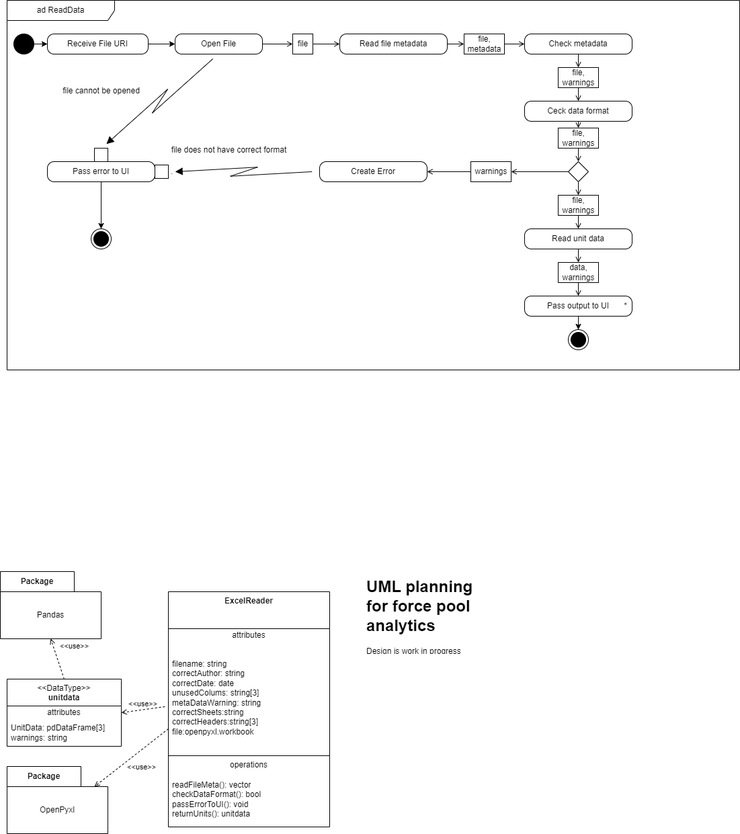
Above: design_documentation/forcepoolanalysis.drawio.png in teakfi/wif_helper (draw.io), before the change. Source tidied: cells renumbered, new cells last; positions are measured from the earlier drawing's top-left corner, leaving out a move shared by most shapes.
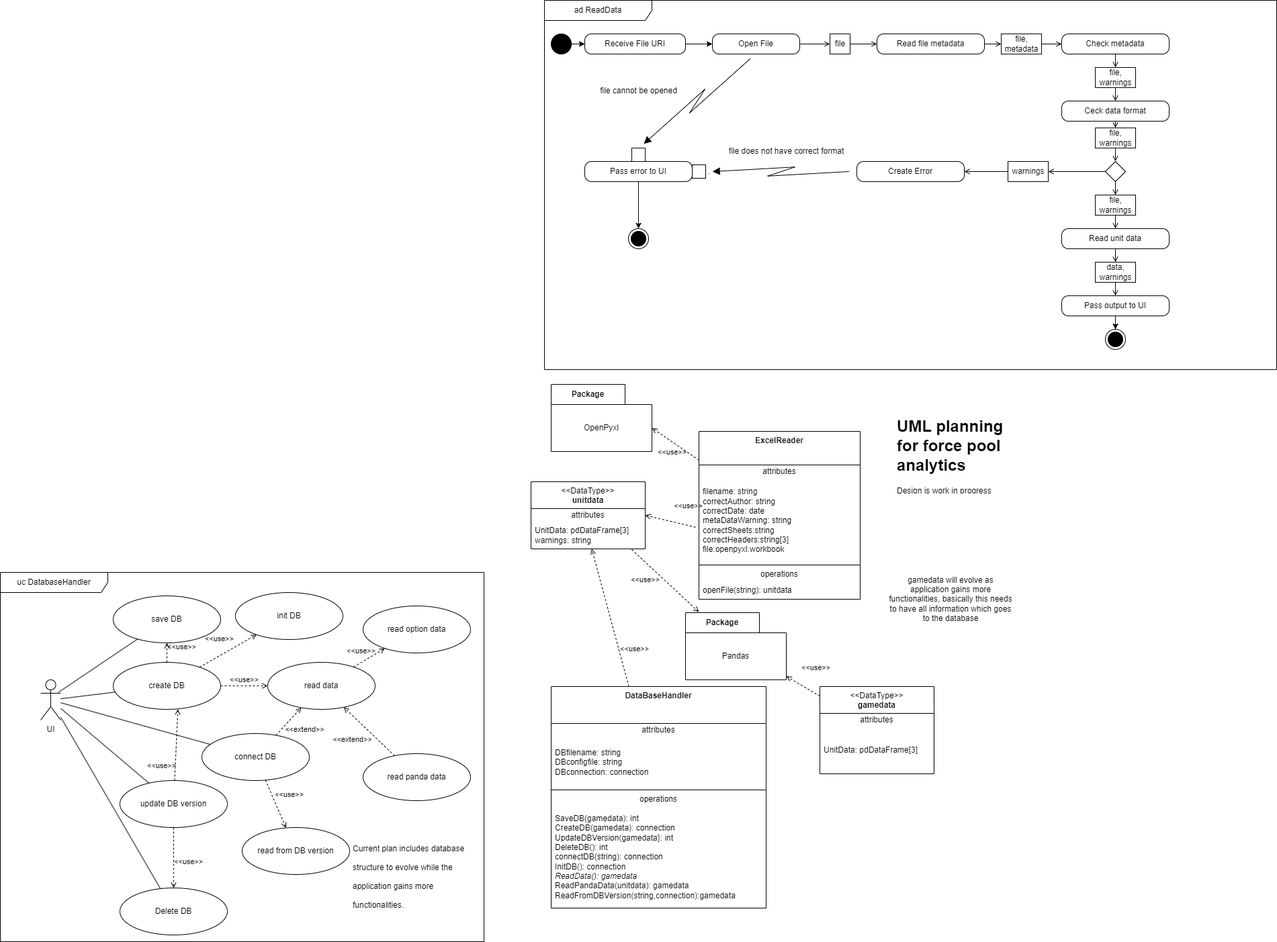
After the commit.

Commit message:
database related designing

The edit, as a diff of the source:
```diff
@@ -2,34 +2,34 @@
   <root>
     <mxCell id="0" />
     <mxCell id="1" parent="0" />
-    <mxCell id="2" value="&lt;b&gt;ExcelReader&lt;/b&gt;&lt;br&gt;" style="swimlane;fontStyle=0;align=center;verticalAlign=top;horizontal=1;startSize=55;html=1;whiteSpace=wrap;" parent="1" vertex="1">
-      <mxGeometry x="250" y="880" width="240" height="350" as="geometry" />
+    <mxCell id="2" value="&lt;b&gt;ExcelReader&lt;/b&gt;&lt;br&gt;" style="swimlane;fontStyle=0;align=center;verticalAlign=top;horizontal=1;startSize=50;html=1;whiteSpace=wrap;" parent="1" vertex="1">
+      <mxGeometry x="250" y="880" width="240" height="250" as="geometry" />
     </mxCell>
     <mxCell id="3" value="attributes" style="text;html=1;strokeColor=none;fillColor=none;align=center;verticalAlign=middle;spacingLeft=4;spacingRight=4;overflow=hidden;whiteSpace=wrap;" parent="2" vertex="1">
-      <mxGeometry y="55" width="240" height="20" as="geometry" />
+      <mxGeometry y="50" width="240" height="20" as="geometry" />
     </mxCell>
-    <mxCell id="4" value="filename: string&lt;br&gt;correctAuthor: string&lt;br&gt;correctDate: date&lt;br&gt;unusedColums: string[3]&lt;br&gt;metaDataWarning: string&lt;br&gt;correctSheets:string&lt;br&gt;correctHeaders:string[3]&lt;br&gt;file:openpyxl.workbook" style="text;html=1;strokeColor=none;fillColor=none;align=left;verticalAlign=middle;spacingLeft=4;spacingRight=4;overflow=hidden;points=[[0,0.5],[1,0.5]];portConstraint=eastwest;whiteSpace=wrap;" parent="2" vertex="1">
-      <mxGeometry y="75" width="240" height="165" as="geometry" />
+    <mxCell id="4" value="filename: string&lt;br&gt;correctAuthor: string&lt;br&gt;correctDate: date&lt;br&gt;metaDataWarning: string&lt;br&gt;correctSheets:string&lt;br&gt;correctHeaders:string[3]&lt;br&gt;file:openpyxl.workbook" style="text;html=1;strokeColor=none;fillColor=none;align=left;verticalAlign=middle;spacingLeft=4;spacingRight=4;overflow=hidden;points=[[0,0.5],[1,0.5]];portConstraint=eastwest;whiteSpace=wrap;" parent="2" vertex="1">
+      <mxGeometry y="70" width="240" height="125" as="geometry" />
     </mxCell>
     <mxCell id="5" style="line;strokeWidth=1;fillColor=none;align=left;verticalAlign=middle;spacingTop=-1;spacingLeft=3;spacingRight=3;labelPosition=right;" parent="2" vertex="1">
-      <mxGeometry y="240" width="240" height="8" as="geometry" />
+      <mxGeometry y="195" width="240" height="8" as="geometry" />
     </mxCell>
     <mxCell id="6" value="operations" style="text;html=1;strokeColor=none;fillColor=none;align=center;verticalAlign=middle;spacingLeft=4;spacingRight=4;overflow=hidden;whiteSpace=wrap;" parent="2" vertex="1">
-      <mxGeometry y="248" width="240" height="20" as="geometry" />
+      <mxGeometry y="203" width="240" height="20" as="geometry" />
     </mxCell>
-    <mxCell id="7" value="readFileMeta(): vector&lt;br&gt;checkDataFormat(): bool&lt;br&gt;passErrorToUI(): void&lt;br&gt;returnUnits(): unitdata" style="text;html=1;strokeColor=none;fillColor=none;align=left;verticalAlign=middle;spacingLeft=4;spacingRight=4;overflow=hidden;whiteSpace=wrap;" parent="2" vertex="1">
-      <mxGeometry y="268" width="240" height="82" as="geometry" />
+    <mxCell id="7" value="openFile(string): unitdata" style="text;html=1;strokeColor=none;fillColor=none;align=left;verticalAlign=middle;spacingLeft=4;spacingRight=4;overflow=hidden;whiteSpace=wrap;" parent="2" vertex="1">
+      <mxGeometry y="223" width="240" height="27" as="geometry" />
     </mxCell>
     <mxCell id="8" value="Package" style="shape=folder;fontStyle=1;tabWidth=110;tabHeight=30;tabPosition=left;html=1;boundedLbl=1;labelInHeader=1;whiteSpace=wrap;" parent="1" vertex="1">
-      <mxGeometry y="850" width="150" height="100" as="geometry" />
+      <mxGeometry x="230" y="1150" width="150" height="100" as="geometry" />
     </mxCell>
     <mxCell id="9" value="Pandas" style="html=1;strokeColor=none;fillColor=none;whiteSpace=wrap;" parent="8" vertex="1">
       <mxGeometry width="150" height="70" relative="1" as="geometry">
         <mxPoint y="30" as="offset" />
       </mxGeometry>
     </mxCell>
-    <mxCell id="10" value="&amp;lt;&amp;lt;use&amp;gt;&amp;gt;" style="endArrow=open;html=1;rounded=0;align=center;verticalAlign=bottom;dashed=1;endFill=0;labelBackgroundColor=none;entryX=0.5;entryY=1;entryDx=0;entryDy=0;entryPerimeter=0;exitX=0.5;exitY=0;exitDx=0;exitDy=0;" parent="1" edge="1" source="13" target="8">
-      <mxGeometry x="0.05" y="-27" relative="1" as="geometry" />
+    <mxCell id="10" value="&amp;lt;&amp;lt;use&amp;gt;&amp;gt;" style="endArrow=open;html=1;rounded=0;align=center;verticalAlign=bottom;dashed=1;endFill=0;labelBackgroundColor=none;entryX=0.133;entryY=-0.01;entryDx=0;entryDy=0;entryPerimeter=0;exitX=0.882;exitY=1.025;exitDx=0;exitDy=0;exitPerimeter=0;" parent="1" edge="1" source="15" target="8">
+      <mxGeometry x="-0.25" y="-26" relative="1" as="geometry" />
     </mxCell>
     <mxCell id="11" style="html=1;align=center;verticalAlign=top;labelBackgroundColor=none;" parent="10" vertex="1">
       <mxGeometry relative="1" as="geometry" />
@@ -38,7 +38,7 @@
       <mxGeometry x="540" y="853" width="190" height="120" as="geometry" />
     </mxCell>
     <mxCell id="13" value="&amp;lt;&amp;lt;DataType&amp;gt;&amp;gt;&lt;br&gt;&lt;b&gt;unitdata&lt;/b&gt;" style="swimlane;fontStyle=0;align=center;verticalAlign=top;horizontal=1;startSize=40;html=1;whiteSpace=wrap;" parent="1" vertex="1">
-      <mxGeometry x="10" y="1010" width="170" height="100" as="geometry" />
+      <mxGeometry y="955" width="170" height="100" as="geometry" />
     </mxCell>
     <mxCell id="14" value="attributes" style="text;html=1;strokeColor=none;fillColor=none;align=center;verticalAlign=middle;spacingLeft=4;spacingRight=4;overflow=hidden;points=[[0,0.5],[1,0.5]];portConstraint=eastwest;whiteSpace=wrap;" parent="13" vertex="1">
       <mxGeometry y="40" width="170" height="20" as="geometry" />
@@ -47,10 +47,10 @@
       <mxGeometry y="60" width="170" height="40" as="geometry" />
     </mxCell>
     <mxCell id="16" value="&amp;lt;&amp;lt;use&amp;gt;&amp;gt;" style="endArrow=open;html=1;rounded=0;align=center;verticalAlign=bottom;dashed=1;endFill=0;labelBackgroundColor=none;entryX=1;entryY=0.5;entryDx=0;entryDy=0;exitX=-0.021;exitY=0.582;exitDx=0;exitDy=0;exitPerimeter=0;" parent="1" edge="1" source="4" target="14">
-      <mxGeometry relative="1" as="geometry" />
+      <mxGeometry x="-0.59" y="-20" relative="1" as="geometry" />
     </mxCell>
     <mxCell id="17" value="ad ReadData" style="shape=umlFrame;whiteSpace=wrap;html=1;width=160;" parent="1" vertex="1">
-      <mxGeometry x="10" width="1090" height="550" as="geometry" />
+      <mxGeometry x="20" y="238" width="1090" height="550" as="geometry" />
     </mxCell>
     <mxCell id="18" style="edgeStyle=orthogonalEdgeStyle;rounded=0;jettySize=auto;html=1;" parent="17" edge="1" source="19" target="21">
       <mxGeometry relative="1" as="geometry" />
@@ -145,11 +145,6 @@
     <mxCell id="48" value="Pass output to UI" style="html=1;dashed=0;rounded=1;absoluteArcSize=1;arcSize=20;verticalAlign=middle;align=center;whiteSpace=wrap;" parent="17" vertex="1">
       <mxGeometry x="770" y="440" width="160" height="30" as="geometry" />
     </mxCell>
-    <mxCell id="49" value="*" style="text;verticalAlign=middle;align=center;html=1;" parent="48" vertex="1">
-      <mxGeometry x="1" y="0.5" width="20" height="20" relative="1" as="geometry">
-        <mxPoint x="-20" y="-10" as="offset" />
-      </mxGeometry>
-    </mxCell>
     <mxCell id="50" style="ellipse;html=1;shape=endState;fillColor=strokeColor;" parent="17" vertex="1">
       <mxGeometry x="835" y="490" width="30" height="30" as="geometry" />
     </mxCell>
@@ -189,19 +184,139 @@
     <mxCell id="62" style="endArrow=open;html=1;rounded=0;align=center;verticalAlign=top;endFill=0;labelBackgroundColor=none;endSize=6;" parent="17" edge="1" source="60" target="48">
       <mxGeometry relative="1" as="geometry" />
     </mxCell>
-    <mxCell id="63" value="file does not have correct format" style="text;html=1;align=center;verticalAlign=middle;strokeColor=none;fillColor=none;" parent="1" vertex="1">
-      <mxGeometry x="245" y="208" width="190" height="30" as="geometry" />
+    <mxCell id="63" value="file does not have correct format" style="text;html=1;align=center;verticalAlign=middle;strokeColor=none;fillColor=none;" parent="17" vertex="1">
+      <mxGeometry x="265" y="210" width="190" height="30" as="geometry" />
     </mxCell>
     <mxCell id="64" value="Package" style="shape=folder;fontStyle=1;tabWidth=110;tabHeight=30;tabPosition=left;html=1;boundedLbl=1;labelInHeader=1;whiteSpace=wrap;" parent="1" vertex="1">
-      <mxGeometry x="10" y="1140" width="150" height="100" as="geometry" />
+      <mxGeometry x="30" y="810" width="150" height="100" as="geometry" />
     </mxCell>
     <mxCell id="65" value="OpenPyxl" style="html=1;strokeColor=none;fillColor=none;whiteSpace=wrap;" parent="64" vertex="1">
       <mxGeometry width="150" height="70" relative="1" as="geometry">
         <mxPoint y="30" as="offset" />
       </mxGeometry>
     </mxCell>
-    <mxCell id="66" value="&amp;lt;&amp;lt;use&amp;gt;&amp;gt;" style="endArrow=open;html=1;rounded=0;align=center;verticalAlign=bottom;dashed=1;endFill=0;labelBackgroundColor=none;exitX=0;exitY=0.782;exitDx=0;exitDy=0;exitPerimeter=0;entryX=0;entryY=0;entryDx=130;entryDy=30;entryPerimeter=0;" parent="1" edge="1" source="4" target="64">
-      <mxGeometry x="0.03" y="27" relative="1" as="geometry" />
+    <mxCell id="66" value="&amp;lt;&amp;lt;use&amp;gt;&amp;gt;" style="endArrow=open;html=1;rounded=0;align=center;verticalAlign=bottom;dashed=1;endFill=0;labelBackgroundColor=none;entryX=0;entryY=0;entryDx=150;entryDy=65;entryPerimeter=0;" parent="1" edge="1" source="2" target="64">
+      <mxGeometry x="-0.18" y="20" relative="1" as="geometry" />
     </mxCell>
+    <mxCell id="67" value="uc DatabaseHandler" style="shape=umlFrame;whiteSpace=wrap;html=1;width=160;" parent="1" vertex="1">
+      <mxGeometry x="-790" y="1090" width="720" height="550" as="geometry" />
+    </mxCell>
+    <mxCell id="68" value="UI" style="shape=umlActor;verticalLabelPosition=bottom;verticalAlign=top;html=1;" parent="67" vertex="1">
+      <mxGeometry x="60" y="160" width="30" height="60" as="geometry" />
+    </mxCell>
+    <mxCell id="69" value="save DB" style="ellipse;html=1;whiteSpace=wrap;" parent="67" vertex="1">
+      <mxGeometry x="168" y="35" width="160" height="70" as="geometry" />
+    </mxCell>
+    <mxCell id="70" value="create DB" style="ellipse;html=1;whiteSpace=wrap;" parent="67" vertex="1">
+      <mxGeometry x="168" y="134" width="160" height="70" as="geometry" />
+    </mxCell>
+    <mxCell id="71" value="init DB" style="ellipse;html=1;whiteSpace=wrap;" parent="67" vertex="1">
+      <mxGeometry x="350" y="30" width="160" height="70" as="geometry" />
+    </mxCell>
+    <mxCell id="72" value="connect DB" style="ellipse;html=1;whiteSpace=wrap;" parent="67" vertex="1">
+      <mxGeometry x="300" y="240" width="160" height="70" as="geometry" />
+    </mxCell>
+    <mxCell id="73" value="update DB version" style="ellipse;html=1;whiteSpace=wrap;" parent="67" vertex="1">
+      <mxGeometry x="178" y="310" width="160" height="70" as="geometry" />
+    </mxCell>
+    <mxCell id="74" value="Delete DB" style="ellipse;html=1;whiteSpace=wrap;" parent="67" vertex="1">
+      <mxGeometry x="178" y="470" width="160" height="70" as="geometry" />
+    </mxCell>
+    <mxCell id="75" value="read data" style="ellipse;html=1;whiteSpace=wrap;" parent="67" vertex="1">
+      <mxGeometry x="398" y="134" width="160" height="70" as="geometry" />
+    </mxCell>
+    <mxCell id="76" value="read panda data" style="ellipse;html=1;whiteSpace=wrap;" parent="67" vertex="1">
+      <mxGeometry x="540" y="270" width="160" height="70" as="geometry" />
+    </mxCell>
+    <mxCell id="77" value="read from DB version" style="ellipse;html=1;whiteSpace=wrap;" parent="67" vertex="1">
+      <mxGeometry x="360" y="380" width="160" height="70" as="geometry" />
+    </mxCell>
+    <mxCell id="78" value="&amp;lt;&amp;lt;extend&amp;gt;&amp;gt;" style="html=1;verticalAlign=bottom;labelBackgroundColor=none;endArrow=open;endFill=0;dashed=1;rounded=0;" parent="67" edge="1" source="76" target="75">
+      <mxGeometry x="0.07" y="33" relative="1" as="geometry" />
+    </mxCell>
+    <mxCell id="79" value="&amp;lt;&amp;lt;extend&amp;gt;&amp;gt;" style="html=1;verticalAlign=bottom;labelBackgroundColor=none;endArrow=open;endFill=0;dashed=1;rounded=0;" parent="67" edge="1" source="72" target="75">
+      <mxGeometry x="0.03" y="-32" relative="1" as="geometry" />
+    </mxCell>
+    <mxCell id="80" value="&amp;lt;&amp;lt;use&amp;gt;&amp;gt;" style="html=1;verticalAlign=bottom;labelBackgroundColor=none;endArrow=open;endFill=0;dashed=1;rounded=0;" parent="67" edge="1" source="70" target="71">
+      <mxGeometry x="-0.13" y="14" relative="1" as="geometry" />
+    </mxCell>
+    <mxCell id="81" value="&amp;lt;&amp;lt;use&amp;gt;&amp;gt;" style="html=1;verticalAlign=bottom;labelBackgroundColor=none;endArrow=open;endFill=0;dashed=1;rounded=0;" parent="67" edge="1" source="70" target="69">
+      <mxGeometry x="-0.03" y="-22" relative="1" as="geometry" />
+    </mxCell>
+    <mxCell id="82" value="&amp;lt;&amp;lt;use&amp;gt;&amp;gt;" style="html=1;verticalAlign=bottom;labelBackgroundColor=none;endArrow=open;endFill=0;dashed=1;rounded=0;" parent="67" edge="1" source="70" target="75">
+      <mxGeometry relative="1" as="geometry" />
+    </mxCell>
+    <mxCell id="83" value="&amp;lt;&amp;lt;use&amp;gt;&amp;gt;" style="html=1;verticalAlign=bottom;labelBackgroundColor=none;endArrow=open;endFill=0;dashed=1;rounded=0;entryX=0.602;entryY=0.996;entryDx=0;entryDy=0;entryPerimeter=0;" parent="67" edge="1" source="73" target="70">
+      <mxGeometry x="-0.77" y="20" relative="1" as="geometry" />
+    </mxCell>
+    <mxCell id="84" value="&amp;lt;&amp;lt;use&amp;gt;&amp;gt;" style="html=1;verticalAlign=bottom;labelBackgroundColor=none;endArrow=open;endFill=0;dashed=1;rounded=0;" parent="67" edge="1" source="73" target="74">
+      <mxGeometry x="0.33" y="22" relative="1" as="geometry" />
+    </mxCell>
+    <mxCell id="85" value="&amp;lt;&amp;lt;use&amp;gt;&amp;gt;" style="html=1;verticalAlign=bottom;labelBackgroundColor=none;endArrow=open;endFill=0;dashed=1;rounded=0;" parent="67" edge="1" source="72" target="77">
+      <mxGeometry x="0.08" y="20" relative="1" as="geometry" />
+    </mxCell>
+    <mxCell id="86" style="endArrow=none;html=1;rounded=0;exitX=0.886;exitY=0.31;exitDx=0;exitDy=0;exitPerimeter=0;" parent="67" edge="1" source="68" target="69">
+      <mxGeometry relative="1" as="geometry" />
+    </mxCell>
+    <mxCell id="87" style="endArrow=none;html=1;rounded=0;" parent="67" edge="1" source="68" target="70">
+      <mxGeometry relative="1" as="geometry" />
+    </mxCell>
+    <mxCell id="88" style="endArrow=none;html=1;rounded=0;" parent="67" edge="1" source="68" target="72">
+      <mxGeometry relative="1" as="geometry" />
+    </mxCell>
+    <mxCell id="89" style="endArrow=none;html=1;rounded=0;" parent="67" edge="1" source="68" target="73">
+      <mxGeometry relative="1" as="geometry" />
+    </mxCell>
+    <mxCell id="90" style="endArrow=none;html=1;rounded=0;" parent="67" edge="1" source="68" target="74">
+      <mxGeometry relative="1" as="geometry" />
+    </mxCell>
+    <mxCell id="91" value="&lt;h1 style=&quot;line-height: 100%;&quot;&gt;&lt;span style=&quot;font-size: 12px; font-weight: 400;&quot;&gt;Current plan includes database structure to evolve while the application gains more functionalities.&lt;/span&gt;&lt;/h1&gt;" style="text;html=1;strokeColor=none;fillColor=none;spacing=5;spacingTop=-20;whiteSpace=wrap;overflow=hidden;rounded=0;" parent="67" vertex="1">
+      <mxGeometry x="520" y="390" width="190" height="120" as="geometry" />
+    </mxCell>
+    <mxCell id="92" value="read option data" style="ellipse;html=1;whiteSpace=wrap;" parent="67" vertex="1">
+      <mxGeometry x="540" y="50" width="160" height="70" as="geometry" />
+    </mxCell>
+    <mxCell id="93" value="&amp;lt;&amp;lt;use&amp;gt;&amp;gt;" style="html=1;verticalAlign=bottom;labelBackgroundColor=none;endArrow=open;endFill=0;dashed=1;rounded=0;" parent="67" edge="1" source="75" target="92">
+      <mxGeometry x="-0.36" y="7" relative="1" as="geometry" />
+    </mxCell>
+    <mxCell id="94" value="&lt;b&gt;DataBaseHandler&lt;/b&gt;" style="swimlane;fontStyle=0;align=center;verticalAlign=top;horizontal=1;startSize=55;html=1;whiteSpace=wrap;" parent="1" vertex="1">
+      <mxGeometry x="30" y="1260" width="320" height="330" as="geometry" />
+    </mxCell>
+    <mxCell id="95" value="attributes" style="text;html=1;strokeColor=none;fillColor=none;align=center;verticalAlign=middle;spacingLeft=4;spacingRight=4;overflow=hidden;whiteSpace=wrap;" parent="94" vertex="1">
+      <mxGeometry y="55" width="320" height="20" as="geometry" />
+    </mxCell>
+    <mxCell id="96" value="DBfilename: string&lt;br&gt;DBconfigfile: string&lt;br&gt;DBconnection: connection" style="text;html=1;strokeColor=none;fillColor=none;align=left;verticalAlign=middle;spacingLeft=4;spacingRight=4;overflow=hidden;whiteSpace=wrap;" parent="94" vertex="1">
+      <mxGeometry y="75" width="320" height="75" as="geometry" />
+    </mxCell>
+    <mxCell id="97" style="line;strokeWidth=1;fillColor=none;align=left;verticalAlign=middle;spacingTop=-1;spacingLeft=3;spacingRight=3;labelPosition=right;" parent="94" vertex="1">
+      <mxGeometry y="150" width="320" height="8" as="geometry" />
+    </mxCell>
+    <mxCell id="98" value="operations" style="text;html=1;strokeColor=none;fillColor=none;align=center;verticalAlign=middle;spacingLeft=4;spacingRight=4;overflow=hidden;whiteSpace=wrap;" parent="94" vertex="1">
+      <mxGeometry y="158" width="320" height="20" as="geometry" />
+    </mxCell>
+    <mxCell id="99" value="SaveDB(gamedata): int&lt;br&gt;CreateDB(gamedata): connection&lt;br&gt;UpdateDBVersion(gamedata}: int&lt;br&gt;DeleteDB(): int&lt;br&gt;connectDB(string): connection&lt;br&gt;InitDB(): connection&lt;br&gt;&lt;i&gt;ReadData(): gamedata&lt;br&gt;&lt;/i&gt;ReadPandaData(unitdata): gamedata&lt;br&gt;ReadFromDBVersion(string,connection):gamedata" style="text;html=1;strokeColor=none;fillColor=none;align=left;verticalAlign=middle;spacingLeft=4;spacingRight=4;overflow=hidden;whiteSpace=wrap;" parent="94" vertex="1">
+      <mxGeometry y="178" width="320" height="152" as="geometry" />
+    </mxCell>
+    <mxCell id="100" value="&amp;lt;&amp;lt;use&amp;gt;&amp;gt;" style="endArrow=open;html=1;rounded=0;align=center;verticalAlign=bottom;dashed=1;endFill=0;labelBackgroundColor=none;" parent="1" edge="1" source="94" target="15">
+      <mxGeometry x="-0.59" y="-20" relative="1" as="geometry" />
+    </mxCell>
+    <mxCell id="101" value="&amp;lt;&amp;lt;DataType&amp;gt;&amp;gt;&lt;br&gt;&lt;b&gt;gamedata&lt;/b&gt;" style="swimlane;fontStyle=0;align=center;verticalAlign=top;horizontal=1;startSize=40;html=1;whiteSpace=wrap;" parent="1" vertex="1">
+      <mxGeometry x="430" y="1260" width="170" height="130" as="geometry" />
+    </mxCell>
+    <mxCell id="102" value="attributes" style="text;html=1;strokeColor=none;fillColor=none;align=center;verticalAlign=middle;spacingLeft=4;spacingRight=4;overflow=hidden;whiteSpace=wrap;" parent="101" vertex="1">
+      <mxGeometry y="40" width="170" height="20" as="geometry" />
+    </mxCell>
+    <mxCell id="103" value="UnitData: pdDataFrame[3]&lt;br&gt;" style="text;html=1;strokeColor=none;fillColor=none;align=left;verticalAlign=middle;spacingLeft=4;spacingRight=4;overflow=hidden;whiteSpace=wrap;" parent="101" vertex="1">
+      <mxGeometry y="60" width="170" height="70" as="geometry" />
+    </mxCell>
+    <mxCell id="104" value="&amp;lt;&amp;lt;use&amp;gt;&amp;gt;" style="endArrow=open;html=1;rounded=0;align=center;verticalAlign=bottom;dashed=1;endFill=0;labelBackgroundColor=none;" parent="1" edge="1" source="101" target="8">
+      <mxGeometry x="-0.25" y="-26" relative="1" as="geometry" />
+    </mxCell>
+    <mxCell id="105" style="html=1;align=center;verticalAlign=top;labelBackgroundColor=none;" parent="104" vertex="1">
+      <mxGeometry relative="1" as="geometry" />
+    </mxCell>
+    <mxCell id="106" value="gamedata will evolve as application gains more functionalities, basically this needs to have all information which goes to the database" style="text;html=1;strokeColor=none;fillColor=none;align=center;verticalAlign=middle;whiteSpace=wrap;rounded=0;" parent="1" vertex="1">
+      <mxGeometry x="530" y="1030" width="190" height="200" as="geometry" />
+    </mxCell>
   </root>
 </mxGraphModel>
```
